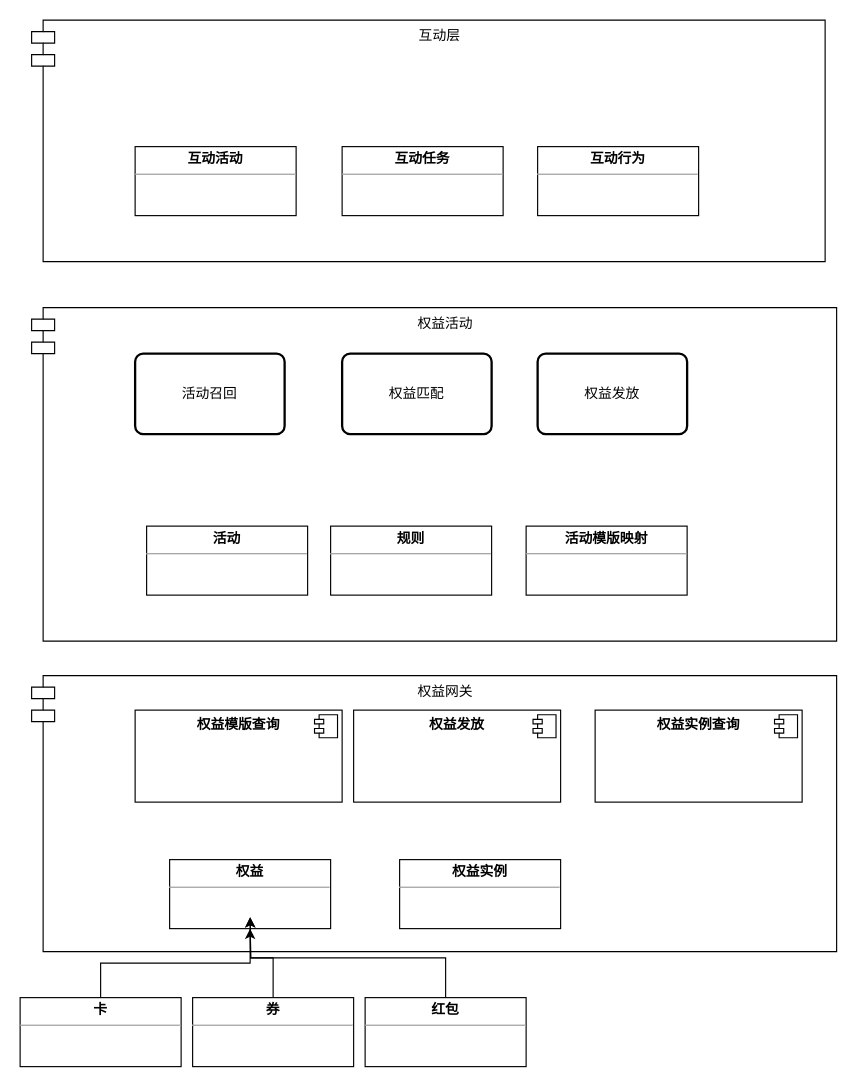
The draw.io diagram Untitled Diagram.drawio in nomouse/learn, before the edit. Source tidied: cells renumbered, new cells numbered last; positions are measured from the earlier drawing's top-left corner, leaving out a move shared by most shapes. Both pictures are drawn from the tidied source at 115%, with x=0, y=0 at pixel (20, 20).
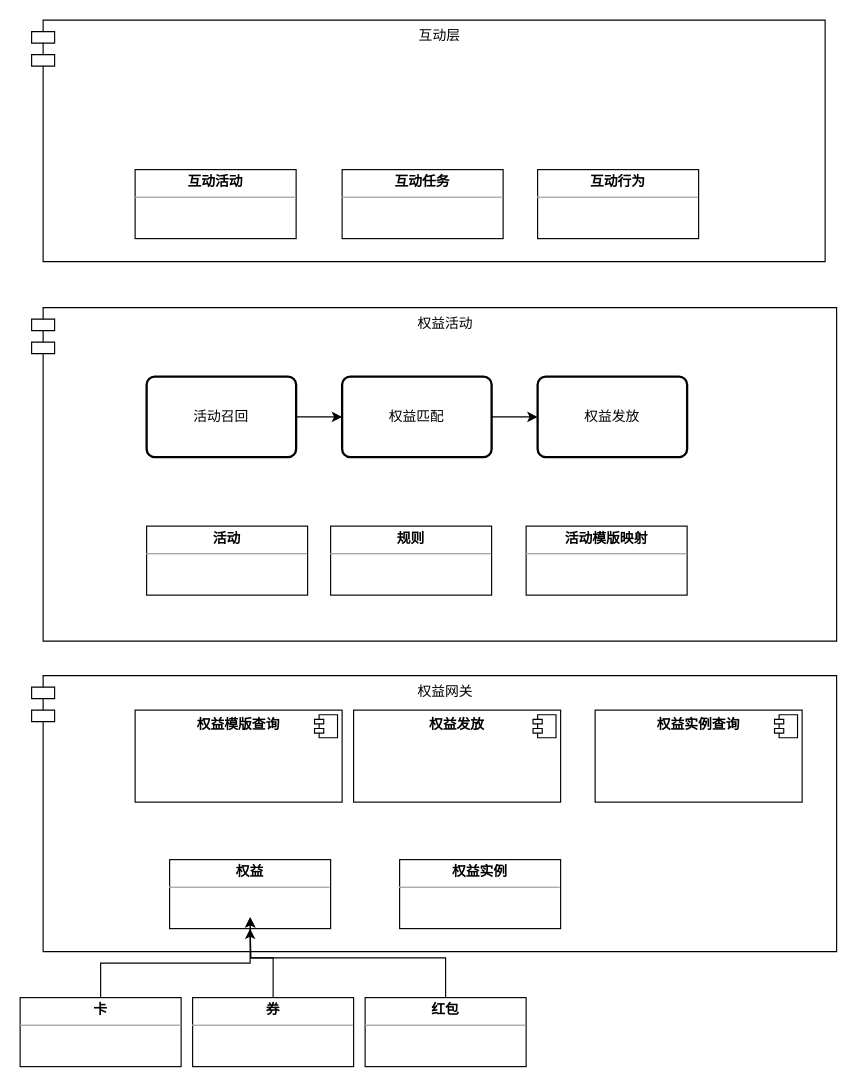
The same page after the edit.

What changed in the source:
```diff
@@
+    <mxCell id="28" style="edgeStyle=orthogonalEdgeStyle;rounded=0;jettySize=auto;html=1;" parent="1" edge="1" source="21" target="22">
+      <mxGeometry relative="1" as="geometry" />
+    </mxCell>
     <mxCell id="21" value="活动召回" style="rounded=1;whiteSpace=wrap;html=1;absoluteArcSize=1;arcSize=14;strokeWidth=2;" parent="1" vertex="1">
-      <mxGeometry x="100" y="290" width="130" height="70" as="geometry" />
+      <mxGeometry x="110" y="310" width="130" height="70" as="geometry" />
     </mxCell>
+    <mxCell id="29" style="edgeStyle=orthogonalEdgeStyle;rounded=0;jettySize=auto;html=1;entryX=0;entryY=0.5;entryDx=0;entryDy=0;" parent="1" edge="1" source="22" target="23">
+      <mxGeometry relative="1" as="geometry" />
+    </mxCell>
     <mxCell id="22" value="权益匹配" style="rounded=1;whiteSpace=wrap;html=1;absoluteArcSize=1;arcSize=14;strokeWidth=2;" parent="1" vertex="1">
-      <mxGeometry x="280" y="290" width="130" height="70" as="geometry" />
+      <mxGeometry x="280" y="310" width="130" height="70" as="geometry" />
     </mxCell>
     <mxCell id="23" value="权益发放" style="rounded=1;whiteSpace=wrap;html=1;absoluteArcSize=1;arcSize=14;strokeWidth=2;" parent="1" vertex="1">
-      <mxGeometry x="450" y="290" width="130" height="70" as="geometry" />
+      <mxGeometry x="450" y="310" width="130" height="70" as="geometry" />
     </mxCell>
@@
     <mxCell id="25" value="&lt;p style=&quot;margin: 0px ; margin-top: 4px ; text-align: center&quot;&gt;&lt;b&gt;互动活动&lt;/b&gt;&lt;/p&gt;&lt;hr size=&quot;1&quot;&gt;&lt;div style=&quot;height: 2px&quot;&gt;&lt;/div&gt;" style="verticalAlign=top;align=left;overflow=fill;fontSize=12;fontFamily=Helvetica;html=1;" parent="1" vertex="1">
-      <mxGeometry x="100" y="110" width="140" height="60" as="geometry" />
+      <mxGeometry x="100" y="130" width="140" height="60" as="geometry" />
     </mxCell>
     <mxCell id="26" value="&lt;p style=&quot;margin: 0px ; margin-top: 4px ; text-align: center&quot;&gt;&lt;b&gt;互动任务&lt;/b&gt;&lt;/p&gt;&lt;hr size=&quot;1&quot;&gt;&lt;div style=&quot;height: 2px&quot;&gt;&lt;/div&gt;" style="verticalAlign=top;align=left;overflow=fill;fontSize=12;fontFamily=Helvetica;html=1;" parent="1" vertex="1">
-      <mxGeometry x="280" y="110" width="140" height="60" as="geometry" />
+      <mxGeometry x="280" y="130" width="140" height="60" as="geometry" />
     </mxCell>
     <mxCell id="27" value="&lt;p style=&quot;margin: 0px ; margin-top: 4px ; text-align: center&quot;&gt;&lt;b&gt;互动行为&lt;/b&gt;&lt;/p&gt;&lt;hr size=&quot;1&quot;&gt;&lt;div style=&quot;height: 2px&quot;&gt;&lt;/div&gt;" style="verticalAlign=top;align=left;overflow=fill;fontSize=12;fontFamily=Helvetica;html=1;" parent="1" vertex="1">
-      <mxGeometry x="450" y="110" width="140" height="60" as="geometry" />
+      <mxGeometry x="450" y="130" width="140" height="60" as="geometry" />
     </mxCell>
```
